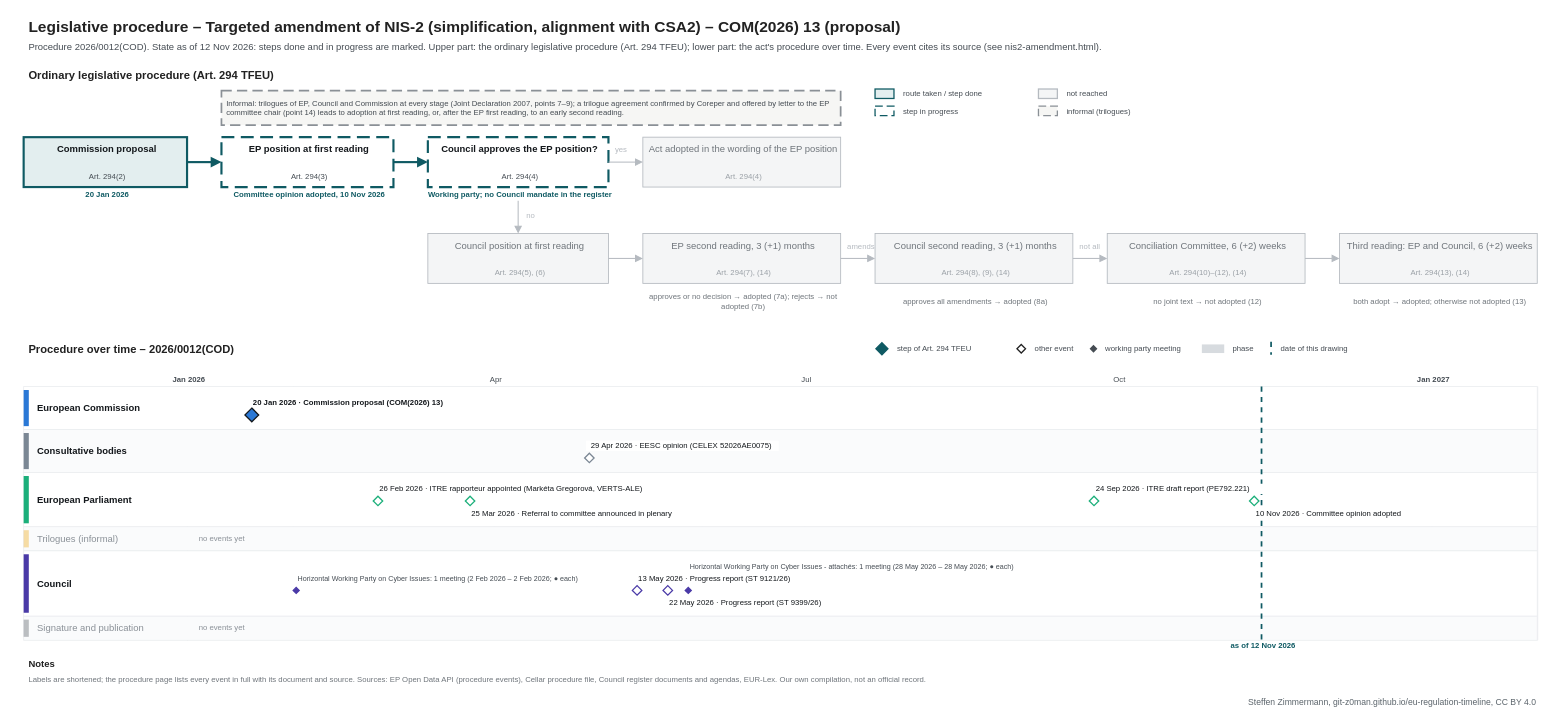
git-z0man/eu-regulation-timeline keeps this draw.io diagram as procedures/nis2-amendment.drawio. Above is the earlier version. Source tidied: cells renumbered, new cells numbered last; positions are measured from the earlier drawing's top-left corner, leaving out a move shared by most shapes. Both pictures are drawn from the tidied source at 86%, with x=0, y=0 at pixel (15, 15).
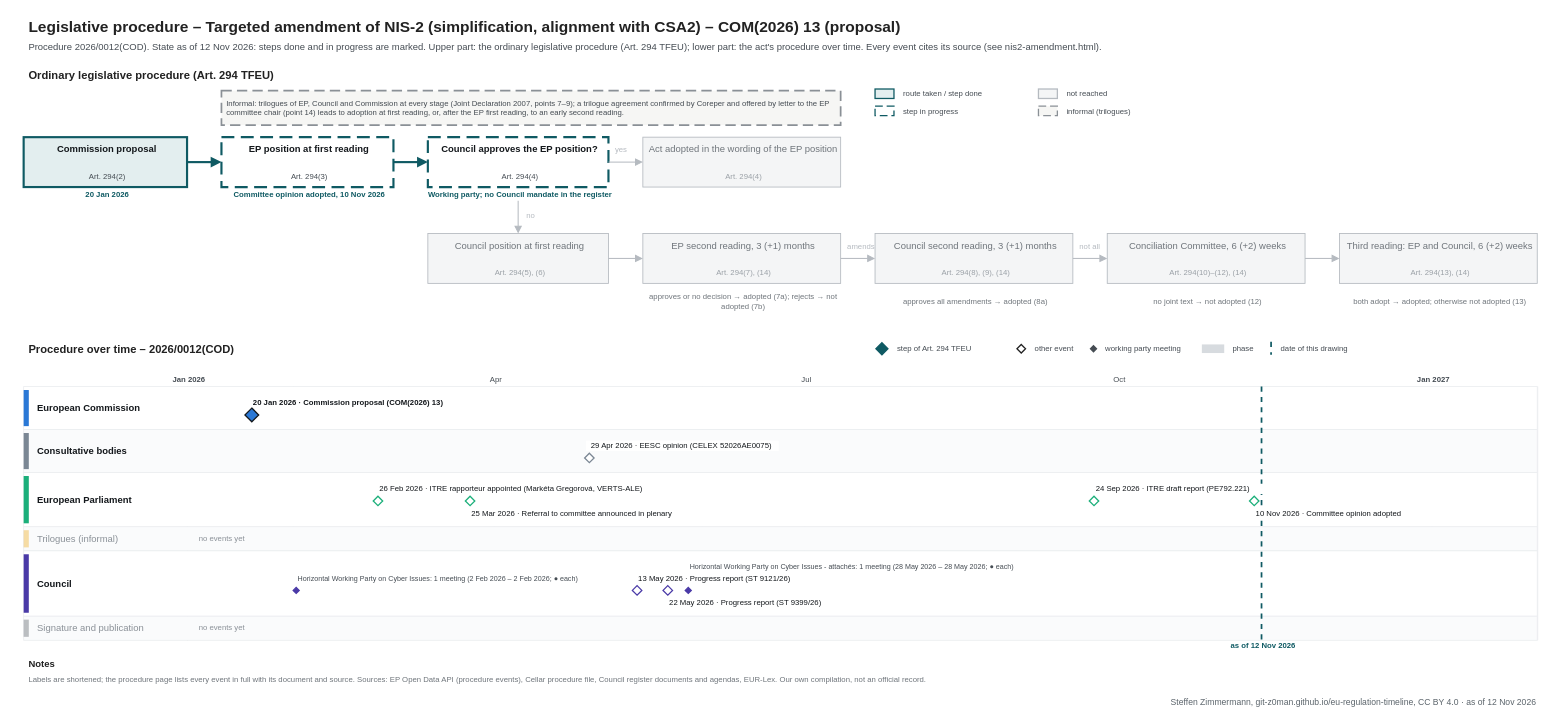
The same page after the edit.

The edit, as a diff of the source:
```diff
@@
-    <mxCell id="135" value="Steffen Zimmermann, git-z0man.github.io/eu-regulation-timeline, CC BY 4.0" style="text;html=1;fontSize=10;fontColor=#5b646b;align=right;verticalAlign=middle;spacingLeft=4;" parent="1" vertex="1">
+    <mxCell id="135" value="Steffen Zimmermann, git-z0man.github.io/eu-regulation-timeline, CC BY 4.0 · as of 12 Nov 2026" style="text;html=1;fontSize=10;fontColor=#5b646b;align=right;verticalAlign=middle;spacingLeft=4;" parent="1" vertex="1">
       <mxGeometry x="10" y="791" width="1760" height="16" as="geometry" />
     </mxCell>
```
